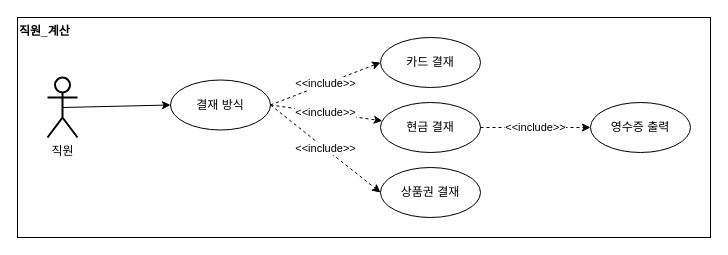
thelight0804/Design_pattern-Java keeps this draw.io diagram as page "1.10 Pay_Usecase" (10 of 14) of Diagram/Use Case/Use Case v1.3.drawio. Above is the earlier version. Source tidied: cells renumbered, new cells numbered last; positions are measured from the earlier drawing's top-left corner, leaving out a move shared by most shapes. Both pictures are drawn from the tidied source at 100%, with x=0, y=0 at pixel (17, 17).
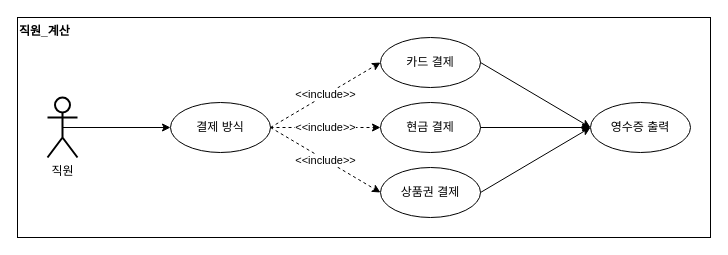
The same diagram, later.

What changed in the source:
```diff
@@
 <mxGraphModel>
   <root>
     <mxCell id="0" />
     <mxCell id="1" parent="0" />
     <mxCell id="2" value="직원" style="shape=umlActor;verticalLabelPosition=bottom;verticalAlign=top;html=1;outlineConnect=0;strokeWidth=2;" parent="1" vertex="1">
-      <mxGeometry x="30" y="60" width="30" height="60" as="geometry" />
+      <mxGeometry x="30" y="80" width="30" height="60" as="geometry" />
     </mxCell>
     <mxCell id="3" value="직원_계산" style="text;html=1;strokeColor=#000000;fillColor=none;align=left;verticalAlign=top;rounded=0;fontStyle=1;fontColor=#000000;labelBackgroundColor=none;labelBorderColor=none;whiteSpace=wrap;" parent="1" vertex="1">
       <mxGeometry width="693" height="220" as="geometry" />
     </mxCell>
     <mxCell id="4" value="&amp;lt;&amp;lt;include&amp;gt;&amp;gt;" style="edgeStyle=none;rounded=0;jettySize=auto;html=1;fontColor=#000000;endArrow=classic;endFill=1;dashed=1;exitX=1;exitY=0.5;exitDx=0;exitDy=0;" parent="1" edge="1" source="8" target="7">
       <mxGeometry relative="1" as="geometry" />
     </mxCell>
     <mxCell id="5" value="&amp;lt;&amp;lt;include&amp;gt;&amp;gt;" style="edgeStyle=none;rounded=0;jettySize=auto;html=1;entryX=0;entryY=0.5;entryDx=0;entryDy=0;fontColor=#000000;endArrow=classic;endFill=1;dashed=1;exitX=1;exitY=0.5;exitDx=0;exitDy=0;" parent="1" edge="1" source="8" target="6">
       <mxGeometry relative="1" as="geometry" />
     </mxCell>
-    <mxCell id="6" value="&lt;font color=&quot;#000000&quot;&gt;카드 결재&lt;br&gt;&lt;/font&gt;" style="ellipse;whiteSpace=wrap;html=1;fontColor=#B9E0A5;strokeColor=#000000;strokeWidth=1;" parent="1" vertex="1">
+    <mxCell id="6" value="&lt;font color=&quot;#000000&quot;&gt;카드 결&lt;/font&gt;&lt;span style=&quot;color: rgb(0, 0, 0);&quot;&gt;제&lt;/span&gt;&lt;font color=&quot;#000000&quot;&gt;&lt;br&gt;&lt;/font&gt;" style="ellipse;whiteSpace=wrap;html=1;fontColor=#B9E0A5;strokeColor=#000000;strokeWidth=1;" parent="1" vertex="1">
       <mxGeometry x="363" y="20" width="100" height="50" as="geometry" />
     </mxCell>
-    <mxCell id="7" value="&lt;font color=&quot;#000000&quot;&gt;현금 결재&lt;br&gt;&lt;/font&gt;" style="ellipse;whiteSpace=wrap;html=1;fontColor=#B9E0A5;strokeColor=#000000;strokeWidth=1;" parent="1" vertex="1">
+    <mxCell id="7" value="&lt;font color=&quot;#000000&quot;&gt;현금 결&lt;/font&gt;&lt;span style=&quot;color: rgb(0, 0, 0);&quot;&gt;제&lt;/span&gt;&lt;font color=&quot;#000000&quot;&gt;&lt;br&gt;&lt;/font&gt;" style="ellipse;whiteSpace=wrap;html=1;fontColor=#B9E0A5;strokeColor=#000000;strokeWidth=1;" parent="1" vertex="1">
       <mxGeometry x="363" y="85" width="100" height="50" as="geometry" />
     </mxCell>
-    <mxCell id="8" value="&lt;span style=&quot;color: rgb(0, 0, 0);&quot;&gt;결재 방식&lt;/span&gt;&lt;font color=&quot;#000000&quot;&gt;&lt;br&gt;&lt;/font&gt;" style="ellipse;whiteSpace=wrap;html=1;fontColor=#B9E0A5;strokeColor=#000000;strokeWidth=1;" parent="1" vertex="1">
-      <mxGeometry x="153" y="62.5" width="100" height="50" as="geometry" />
+    <mxCell id="8" value="&lt;span style=&quot;color: rgb(0, 0, 0);&quot;&gt;결&lt;/span&gt;&lt;span style=&quot;color: rgb(0, 0, 0);&quot;&gt;제&lt;/span&gt;&lt;span style=&quot;color: rgb(0, 0, 0);&quot;&gt;&amp;nbsp;방식&lt;/span&gt;&lt;font color=&quot;#000000&quot;&gt;&lt;br&gt;&lt;/font&gt;" style="ellipse;whiteSpace=wrap;html=1;fontColor=#B9E0A5;strokeColor=#000000;strokeWidth=1;" parent="1" vertex="1">
+      <mxGeometry x="153" y="85" width="100" height="50" as="geometry" />
     </mxCell>
     <mxCell id="9" style="edgeStyle=none;rounded=0;jettySize=auto;html=1;entryX=0;entryY=0.5;entryDx=0;entryDy=0;fontColor=#000000;endArrow=classic;endFill=1;exitX=0.5;exitY=0.5;exitDx=0;exitDy=0;exitPerimeter=0;" parent="1" edge="1" source="2" target="8">
       <mxGeometry relative="1" as="geometry" />
     </mxCell>
     <mxCell id="10" value="&lt;font color=&quot;#000000&quot;&gt;영수증 출력&lt;/font&gt;" style="ellipse;whiteSpace=wrap;html=1;fontColor=#B9E0A5;strokeColor=#000000;strokeWidth=1;" parent="1" vertex="1">
       <mxGeometry x="573" y="85" width="100" height="50" as="geometry" />
     </mxCell>
-    <mxCell id="11" value="&lt;font color=&quot;#000000&quot;&gt;상품권 결재&lt;br&gt;&lt;/font&gt;" style="ellipse;whiteSpace=wrap;html=1;fontColor=#B9E0A5;strokeColor=#000000;strokeWidth=1;" parent="1" vertex="1">
+    <mxCell id="11" value="&lt;font color=&quot;#000000&quot;&gt;상품권 결&lt;/font&gt;&lt;span style=&quot;color: rgb(0, 0, 0);&quot;&gt;제&lt;/span&gt;&lt;font color=&quot;#000000&quot;&gt;&lt;br&gt;&lt;/font&gt;" style="ellipse;whiteSpace=wrap;html=1;fontColor=#B9E0A5;strokeColor=#000000;strokeWidth=1;" parent="1" vertex="1">
       <mxGeometry x="363" y="150" width="100" height="50" as="geometry" />
     </mxCell>
     <mxCell id="12" value="&amp;lt;&amp;lt;include&amp;gt;&amp;gt;" style="edgeStyle=none;rounded=0;jettySize=auto;html=1;fontColor=#000000;endArrow=classic;endFill=1;dashed=1;exitX=1;exitY=0.5;exitDx=0;exitDy=0;entryX=0;entryY=0.5;entryDx=0;entryDy=0;" parent="1" edge="1" source="8" target="11">
       <mxGeometry relative="1" as="geometry" />
     </mxCell>
-    <mxCell id="13" value="&amp;lt;&amp;lt;include&amp;gt;&amp;gt;" style="edgeStyle=none;rounded=0;jettySize=auto;html=1;fontColor=#000000;endArrow=classic;endFill=1;dashed=1;exitX=1;exitY=0.5;exitDx=0;exitDy=0;entryX=0;entryY=0.5;entryDx=0;entryDy=0;" parent="1" edge="1" source="7" target="10">
+    <mxCell id="13" style="edgeStyle=none;rounded=0;jettySize=auto;html=1;fontColor=#000000;endArrow=classic;endFill=1;exitX=1;exitY=0.5;exitDx=0;exitDy=0;entryX=0;entryY=0.5;entryDx=0;entryDy=0;" parent="1" edge="1" source="7" target="10">
       <mxGeometry relative="1" as="geometry" />
     </mxCell>
+    <mxCell id="14" style="edgeStyle=none;rounded=0;jettySize=auto;html=1;fontColor=#000000;endArrow=classic;endFill=1;entryX=0;entryY=0.5;entryDx=0;entryDy=0;exitX=1;exitY=0.5;exitDx=0;exitDy=0;" parent="1" edge="1" source="6" target="10">
+      <mxGeometry relative="1" as="geometry" />
+    </mxCell>
+    <mxCell id="15" style="edgeStyle=none;rounded=0;jettySize=auto;html=1;fontColor=#000000;endArrow=classic;endFill=1;entryX=0;entryY=0.5;entryDx=0;entryDy=0;exitX=1;exitY=0.5;exitDx=0;exitDy=0;" parent="1" edge="1" source="11" target="10">
+      <mxGeometry relative="1" as="geometry" />
+    </mxCell>
   </root>
 </mxGraphModel>
```
